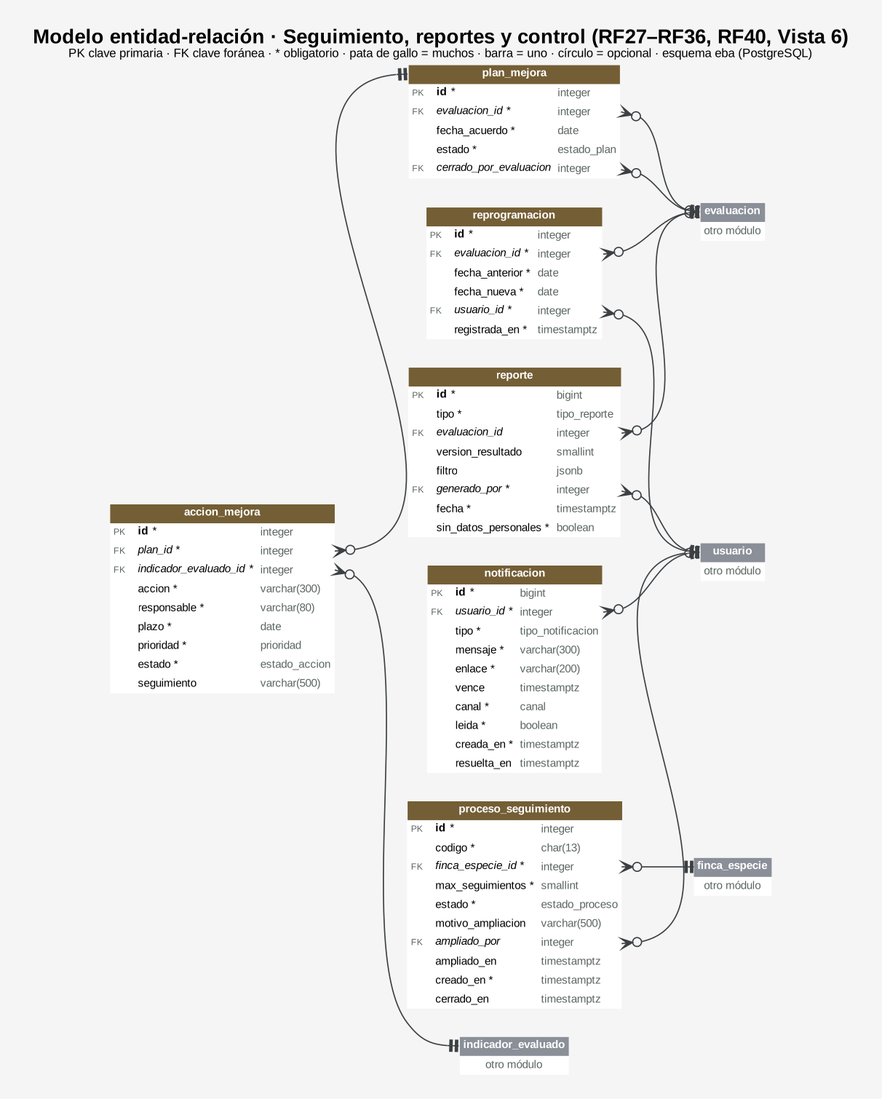
Earlier version of the Graphviz export codigo/base_de_datos/modelo/er_5_seguimiento.png (luisalejandroavilacastillo-stack/EBA_Cuac_Cuac). Its source is kept beside it as codigo/base_de_datos/modelo/er_5_seguimiento.dot.
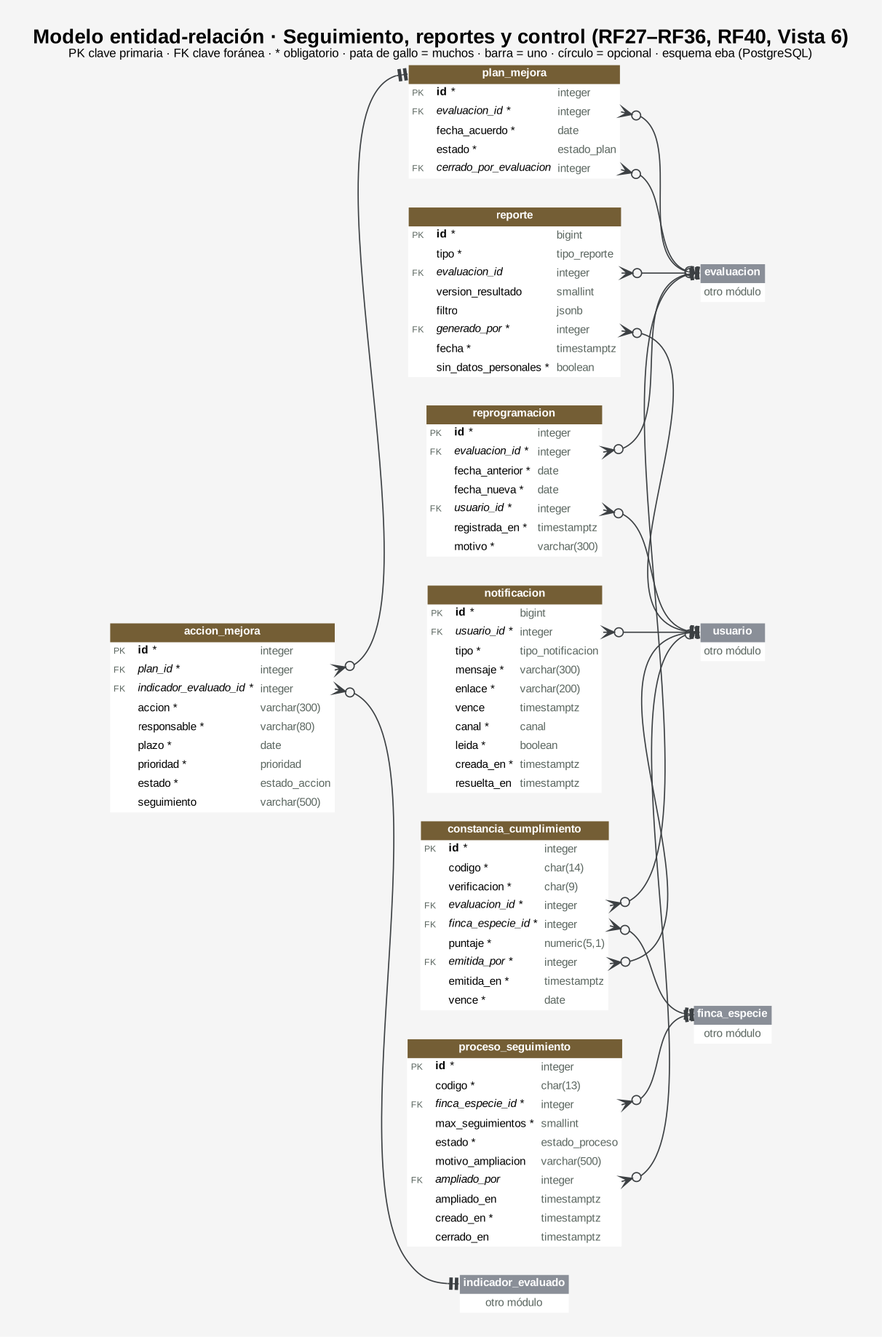
After the change.

The edit, as a diff of the source:
```diff
@@ -6,9 +6,10 @@
 "plan_mejora" [label=<<TABLE BORDER="0" CELLBORDER="0" CELLSPACING="0" CELLPADDING="3" BGCOLOR="white"><TR><TD COLSPAN="3" BGCOLOR="#745E35" PORT="tabla"><FONT COLOR="white"><B>plan_mejora</B></FONT></TD></TR><TR><TD ALIGN="LEFT" WIDTH="22"><FONT POINT-SIZE="8" COLOR="#5B6660">PK</FONT></TD><TD ALIGN="LEFT"><B>id</B> *</TD><TD ALIGN="LEFT" PORT="id"><FONT COLOR="#5B6660">integer</FONT></TD></TR><TR><TD ALIGN="LEFT" WIDTH="22"><FONT POINT-SIZE="8" COLOR="#5B6660">FK</FONT></TD><TD ALIGN="LEFT"><I>evaluacion_id</I> *</TD><TD ALIGN="LEFT" PORT="evaluacion_id"><FONT COLOR="#5B6660">integer</FONT></TD></TR><TR><TD ALIGN="LEFT" WIDTH="22"> </TD><TD ALIGN="LEFT">fecha_acuerdo *</TD><TD ALIGN="LEFT" PORT="fecha_acuerdo"><FONT COLOR="#5B6660">date</FONT></TD></TR><TR><TD ALIGN="LEFT" WIDTH="22"> </TD><TD ALIGN="LEFT">estado *</TD><TD ALIGN="LEFT" PORT="estado"><FONT COLOR="#5B6660">estado_plan</FONT></TD></TR><TR><TD ALIGN="LEFT" WIDTH="22"><FONT POINT-SIZE="8" COLOR="#5B6660">FK</FONT></TD><TD ALIGN="LEFT"><I>cerrado_por_evaluacion</I></TD><TD ALIGN="LEFT" PORT="cerrado_por_evaluacion"><FONT COLOR="#5B6660">integer</FONT></TD></TR></TABLE>>];
 "accion_mejora" [label=<<TABLE BORDER="0" CELLBORDER="0" CELLSPACING="0" CELLPADDING="3" BGCOLOR="white"><TR><TD COLSPAN="3" BGCOLOR="#745E35" PORT="tabla"><FONT COLOR="white"><B>accion_mejora</B></FONT></TD></TR><TR><TD ALIGN="LEFT" WIDTH="22"><FONT POINT-SIZE="8" COLOR="#5B6660">PK</FONT></TD><TD ALIGN="LEFT"><B>id</B> *</TD><TD ALIGN="LEFT" PORT="id"><FONT COLOR="#5B6660">integer</FONT></TD></TR><TR><TD ALIGN="LEFT" WIDTH="22"><FONT POINT-SIZE="8" COLOR="#5B6660">FK</FONT></TD><TD ALIGN="LEFT"><I>plan_id</I> *</TD><TD ALIGN="LEFT" PORT="plan_id"><FONT COLOR="#5B6660">integer</FONT></TD></TR><TR><TD ALIGN="LEFT" WIDTH="22"><FONT POINT-SIZE="8" COLOR="#5B6660">FK</FONT></TD><TD ALIGN="LEFT"><I>indicador_evaluado_id</I> *</TD><TD ALIGN="LEFT" PORT="indicador_evaluado_id"><FONT COLOR="#5B6660">integer</FONT></TD></TR><TR><TD ALIGN="LEFT" WIDTH="22"> </TD><TD ALIGN="LEFT">accion *</TD><TD ALIGN="LEFT" PORT="accion"><FONT COLOR="#5B6660">varchar(300)</FONT></TD></TR><TR><TD ALIGN="LEFT" WIDTH="22"> </TD><TD ALIGN="LEFT">responsable *</TD><TD ALIGN="LEFT" PORT="responsable"><FONT COLOR="#5B6660">varchar(80)</FONT></TD></TR><TR><TD ALIGN="LEFT" WIDTH="22"> </TD><TD ALIGN="LEFT">plazo *</TD><TD ALIGN="LEFT" PORT="plazo"><FONT COLOR="#5B6660">date</FONT></TD></TR><TR><TD ALIGN="LEFT" WIDTH="22"> </TD><TD ALIGN="LEFT">prioridad *</TD><TD ALIGN="LEFT" PORT="prioridad"><FONT COLOR="#5B6660">prioridad</FONT></TD></TR><TR><TD ALIGN="LEFT" WIDTH="22"> </TD><TD ALIGN="LEFT">estado *</TD><TD ALIGN="LEFT" PORT="estado"><FONT COLOR="#5B6660">estado_accion</FONT></TD></TR><TR><TD ALIGN="LEFT" WIDTH="22"> </TD><TD ALIGN="LEFT">seguimiento</TD><TD ALIGN="LEFT" PORT="seguimiento"><FONT COLOR="#5B6660">varchar(500)</FONT></TD></TR></TABLE>>];
 "proceso_seguimiento" [label=<<TABLE BORDER="0" CELLBORDER="0" CELLSPACING="0" CELLPADDING="3" BGCOLOR="white"><TR><TD COLSPAN="3" BGCOLOR="#745E35" PORT="tabla"><FONT COLOR="white"><B>proceso_seguimiento</B></FONT></TD></TR><TR><TD ALIGN="LEFT" WIDTH="22"><FONT POINT-SIZE="8" COLOR="#5B6660">PK</FONT></TD><TD ALIGN="LEFT"><B>id</B> *</TD><TD ALIGN="LEFT" PORT="id"><FONT COLOR="#5B6660">integer</FONT></TD></TR><TR><TD ALIGN="LEFT" WIDTH="22"> </TD><TD ALIGN="LEFT">codigo *</TD><TD ALIGN="LEFT" PORT="codigo"><FONT COLOR="#5B6660">char(13)</FONT></TD></TR><TR><TD ALIGN="LEFT" WIDTH="22"><FONT POINT-SIZE="8" COLOR="#5B6660">FK</FONT></TD><TD ALIGN="LEFT"><I>finca_especie_id</I> *</TD><TD ALIGN="LEFT" PORT="finca_especie_id"><FONT COLOR="#5B6660">integer</FONT></TD></TR><TR><TD ALIGN="LEFT" WIDTH="22"> </TD><TD ALIGN="LEFT">max_seguimientos *</TD><TD ALIGN="LEFT" PORT="max_seguimientos"><FONT COLOR="#5B6660">smallint</FONT></TD></TR><TR><TD ALIGN="LEFT" WIDTH="22"> </TD><TD ALIGN="LEFT">estado *</TD><TD ALIGN="LEFT" PORT="estado"><FONT COLOR="#5B6660">estado_proceso</FONT></TD></TR><TR><TD ALIGN="LEFT" WIDTH="22"> </TD><TD ALIGN="LEFT">motivo_ampliacion</TD><TD ALIGN="LEFT" PORT="motivo_ampliacion"><FONT COLOR="#5B6660">varchar(500)</FONT></TD></TR><TR><TD ALIGN="LEFT" WIDTH="22"><FONT POINT-SIZE="8" COLOR="#5B6660">FK</FONT></TD><TD ALIGN="LEFT"><I>ampliado_por</I></TD><TD ALIGN="LEFT" PORT="ampliado_por"><FONT COLOR="#5B6660">integer</FONT></TD></TR><TR><TD ALIGN="LEFT" WIDTH="22"> </TD><TD ALIGN="LEFT">ampliado_en</TD><TD ALIGN="LEFT" PORT="ampliado_en"><FONT COLOR="#5B6660">timestamptz</FONT></TD></TR><TR><TD ALIGN="LEFT" WIDTH="22"> </TD><TD ALIGN="LEFT">creado_en *</TD><TD ALIGN="LEFT" PORT="creado_en"><FONT COLOR="#5B6660">timestamptz</FONT></TD></TR><TR><TD ALIGN="LEFT" WIDTH="22"> </TD><TD ALIGN="LEFT">cerrado_en</TD><TD ALIGN="LEFT" PORT="cerrado_en"><FONT COLOR="#5B6660">timestamptz</FONT></TD></TR></TABLE>>];
-"reprogramacion" [label=<<TABLE BORDER="0" CELLBORDER="0" CELLSPACING="0" CELLPADDING="3" BGCOLOR="white"><TR><TD COLSPAN="3" BGCOLOR="#745E35" PORT="tabla"><FONT COLOR="white"><B>reprogramacion</B></FONT></TD></TR><TR><TD ALIGN="LEFT" WIDTH="22"><FONT POINT-SIZE="8" COLOR="#5B6660">PK</FONT></TD><TD ALIGN="LEFT"><B>id</B> *</TD><TD ALIGN="LEFT" PORT="id"><FONT COLOR="#5B6660">integer</FONT></TD></TR><TR><TD ALIGN="LEFT" WIDTH="22"><FONT POINT-SIZE="8" COLOR="#5B6660">FK</FONT></TD><TD ALIGN="LEFT"><I>evaluacion_id</I> *</TD><TD ALIGN="LEFT" PORT="evaluacion_id"><FONT COLOR="#5B6660">integer</FONT></TD></TR><TR><TD ALIGN="LEFT" WIDTH="22"> </TD><TD ALIGN="LEFT">fecha_anterior *</TD><TD ALIGN="LEFT" PORT="fecha_anterior"><FONT COLOR="#5B6660">date</FONT></TD></TR><TR><TD ALIGN="LEFT" WIDTH="22"> </TD><TD ALIGN="LEFT">fecha_nueva *</TD><TD ALIGN="LEFT" PORT="fecha_nueva"><FONT COLOR="#5B6660">date</FONT></TD></TR><TR><TD ALIGN="LEFT" WIDTH="22"><FONT POINT-SIZE="8" COLOR="#5B6660">FK</FONT></TD><TD ALIGN="LEFT"><I>usuario_id</I> *</TD><TD ALIGN="LEFT" PORT="usuario_id"><FONT COLOR="#5B6660">integer</FONT></TD></TR><TR><TD ALIGN="LEFT" WIDTH="22"> </TD><TD ALIGN="LEFT">registrada_en *</TD><TD ALIGN="LEFT" PORT="registrada_en"><FONT COLOR="#5B6660">timestamptz</FONT></TD></TR></TABLE>>];
+"reprogramacion" [label=<<TABLE BORDER="0" CELLBORDER="0" CELLSPACING="0" CELLPADDING="3" BGCOLOR="white"><TR><TD COLSPAN="3" BGCOLOR="#745E35" PORT="tabla"><FONT COLOR="white"><B>reprogramacion</B></FONT></TD></TR><TR><TD ALIGN="LEFT" WIDTH="22"><FONT POINT-SIZE="8" COLOR="#5B6660">PK</FONT></TD><TD ALIGN="LEFT"><B>id</B> *</TD><TD ALIGN="LEFT" PORT="id"><FONT COLOR="#5B6660">integer</FONT></TD></TR><TR><TD ALIGN="LEFT" WIDTH="22"><FONT POINT-SIZE="8" COLOR="#5B6660">FK</FONT></TD><TD ALIGN="LEFT"><I>evaluacion_id</I> *</TD><TD ALIGN="LEFT" PORT="evaluacion_id"><FONT COLOR="#5B6660">integer</FONT></TD></TR><TR><TD ALIGN="LEFT" WIDTH="22"> </TD><TD ALIGN="LEFT">fecha_anterior *</TD><TD ALIGN="LEFT" PORT="fecha_anterior"><FONT COLOR="#5B6660">date</FONT></TD></TR><TR><TD ALIGN="LEFT" WIDTH="22"> </TD><TD ALIGN="LEFT">fecha_nueva *</TD><TD ALIGN="LEFT" PORT="fecha_nueva"><FONT COLOR="#5B6660">date</FONT></TD></TR><TR><TD ALIGN="LEFT" WIDTH="22"><FONT POINT-SIZE="8" COLOR="#5B6660">FK</FONT></TD><TD ALIGN="LEFT"><I>usuario_id</I> *</TD><TD ALIGN="LEFT" PORT="usuario_id"><FONT COLOR="#5B6660">integer</FONT></TD></TR><TR><TD ALIGN="LEFT" WIDTH="22"> </TD><TD ALIGN="LEFT">registrada_en *</TD><TD ALIGN="LEFT" PORT="registrada_en"><FONT COLOR="#5B6660">timestamptz</FONT></TD></TR><TR><TD ALIGN="LEFT" WIDTH="22"> </TD><TD ALIGN="LEFT">motivo *</TD><TD ALIGN="LEFT" PORT="motivo"><FONT COLOR="#5B6660">varchar(300)</FONT></TD></TR></TABLE>>];
 "notificacion" [label=<<TABLE BORDER="0" CELLBORDER="0" CELLSPACING="0" CELLPADDING="3" BGCOLOR="white"><TR><TD COLSPAN="3" BGCOLOR="#745E35" PORT="tabla"><FONT COLOR="white"><B>notificacion</B></FONT></TD></TR><TR><TD ALIGN="LEFT" WIDTH="22"><FONT POINT-SIZE="8" COLOR="#5B6660">PK</FONT></TD><TD ALIGN="LEFT"><B>id</B> *</TD><TD ALIGN="LEFT" PORT="id"><FONT COLOR="#5B6660">bigint</FONT></TD></TR><TR><TD ALIGN="LEFT" WIDTH="22"><FONT POINT-SIZE="8" COLOR="#5B6660">FK</FONT></TD><TD ALIGN="LEFT"><I>usuario_id</I> *</TD><TD ALIGN="LEFT" PORT="usuario_id"><FONT COLOR="#5B6660">integer</FONT></TD></TR><TR><TD ALIGN="LEFT" WIDTH="22"> </TD><TD ALIGN="LEFT">tipo *</TD><TD ALIGN="LEFT" PORT="tipo"><FONT COLOR="#5B6660">tipo_notificacion</FONT></TD></TR><TR><TD ALIGN="LEFT" WIDTH="22"> </TD><TD ALIGN="LEFT">mensaje *</TD><TD ALIGN="LEFT" PORT="mensaje"><FONT COLOR="#5B6660">varchar(300)</FONT></TD></TR><TR><TD ALIGN="LEFT" WIDTH="22"> </TD><TD ALIGN="LEFT">enlace *</TD><TD ALIGN="LEFT" PORT="enlace"><FONT COLOR="#5B6660">varchar(200)</FONT></TD></TR><TR><TD ALIGN="LEFT" WIDTH="22"> </TD><TD ALIGN="LEFT">vence</TD><TD ALIGN="LEFT" PORT="vence"><FONT COLOR="#5B6660">timestamptz</FONT></TD></TR><TR><TD ALIGN="LEFT" WIDTH="22"> </TD><TD ALIGN="LEFT">canal *</TD><TD ALIGN="LEFT" PORT="canal"><FONT COLOR="#5B6660">canal</FONT></TD></TR><TR><TD ALIGN="LEFT" WIDTH="22"> </TD><TD ALIGN="LEFT">leida *</TD><TD ALIGN="LEFT" PORT="leida"><FONT COLOR="#5B6660">boolean</FONT></TD></TR><TR><TD ALIGN="LEFT" WIDTH="22"> </TD><TD ALIGN="LEFT">creada_en *</TD><TD ALIGN="LEFT" PORT="creada_en"><FONT COLOR="#5B6660">timestamptz</FONT></TD></TR><TR><TD ALIGN="LEFT" WIDTH="22"> </TD><TD ALIGN="LEFT">resuelta_en</TD><TD ALIGN="LEFT" PORT="resuelta_en"><FONT COLOR="#5B6660">timestamptz</FONT></TD></TR></TABLE>>];
 "reporte" [label=<<TABLE BORDER="0" CELLBORDER="0" CELLSPACING="0" CELLPADDING="3" BGCOLOR="white"><TR><TD COLSPAN="3" BGCOLOR="#745E35" PORT="tabla"><FONT COLOR="white"><B>reporte</B></FONT></TD></TR><TR><TD ALIGN="LEFT" WIDTH="22"><FONT POINT-SIZE="8" COLOR="#5B6660">PK</FONT></TD><TD ALIGN="LEFT"><B>id</B> *</TD><TD ALIGN="LEFT" PORT="id"><FONT COLOR="#5B6660">bigint</FONT></TD></TR><TR><TD ALIGN="LEFT" WIDTH="22"> </TD><TD ALIGN="LEFT">tipo *</TD><TD ALIGN="LEFT" PORT="tipo"><FONT COLOR="#5B6660">tipo_reporte</FONT></TD></TR><TR><TD ALIGN="LEFT" WIDTH="22"><FONT POINT-SIZE="8" COLOR="#5B6660">FK</FONT></TD><TD ALIGN="LEFT"><I>evaluacion_id</I></TD><TD ALIGN="LEFT" PORT="evaluacion_id"><FONT COLOR="#5B6660">integer</FONT></TD></TR><TR><TD ALIGN="LEFT" WIDTH="22"> </TD><TD ALIGN="LEFT">version_resultado</TD><TD ALIGN="LEFT" PORT="version_resultado"><FONT COLOR="#5B6660">smallint</FONT></TD></TR><TR><TD ALIGN="LEFT" WIDTH="22"> </TD><TD ALIGN="LEFT">filtro</TD><TD ALIGN="LEFT" PORT="filtro"><FONT COLOR="#5B6660">jsonb</FONT></TD></TR><TR><TD ALIGN="LEFT" WIDTH="22"><FONT POINT-SIZE="8" COLOR="#5B6660">FK</FONT></TD><TD ALIGN="LEFT"><I>generado_por</I> *</TD><TD ALIGN="LEFT" PORT="generado_por"><FONT COLOR="#5B6660">integer</FONT></TD></TR><TR><TD ALIGN="LEFT" WIDTH="22"> </TD><TD ALIGN="LEFT">fecha *</TD><TD ALIGN="LEFT" PORT="fecha"><FONT COLOR="#5B6660">timestamptz</FONT></TD></TR><TR><TD ALIGN="LEFT" WIDTH="22"> </TD><TD ALIGN="LEFT">sin_datos_personales *</TD><TD ALIGN="LEFT" PORT="sin_datos_personales"><FONT COLOR="#5B6660">boolean</FONT></TD></TR></TABLE>>];
+"constancia_cumplimiento" [label=<<TABLE BORDER="0" CELLBORDER="0" CELLSPACING="0" CELLPADDING="3" BGCOLOR="white"><TR><TD COLSPAN="3" BGCOLOR="#745E35" PORT="tabla"><FONT COLOR="white"><B>constancia_cumplimiento</B></FONT></TD></TR><TR><TD ALIGN="LEFT" WIDTH="22"><FONT POINT-SIZE="8" COLOR="#5B6660">PK</FONT></TD><TD ALIGN="LEFT"><B>id</B> *</TD><TD ALIGN="LEFT" PORT="id"><FONT COLOR="#5B6660">integer</FONT></TD></TR><TR><TD ALIGN="LEFT" WIDTH="22"> </TD><TD ALIGN="LEFT">codigo *</TD><TD ALIGN="LEFT" PORT="codigo"><FONT COLOR="#5B6660">char(14)</FONT></TD></TR><TR><TD ALIGN="LEFT" WIDTH="22"> </TD><TD ALIGN="LEFT">verificacion *</TD><TD ALIGN="LEFT" PORT="verificacion"><FONT COLOR="#5B6660">char(9)</FONT></TD></TR><TR><TD ALIGN="LEFT" WIDTH="22"><FONT POINT-SIZE="8" COLOR="#5B6660">FK</FONT></TD><TD ALIGN="LEFT"><I>evaluacion_id</I> *</TD><TD ALIGN="LEFT" PORT="evaluacion_id"><FONT COLOR="#5B6660">integer</FONT></TD></TR><TR><TD ALIGN="LEFT" WIDTH="22"><FONT POINT-SIZE="8" COLOR="#5B6660">FK</FONT></TD><TD ALIGN="LEFT"><I>finca_especie_id</I> *</TD><TD ALIGN="LEFT" PORT="finca_especie_id"><FONT COLOR="#5B6660">integer</FONT></TD></TR><TR><TD ALIGN="LEFT" WIDTH="22"> </TD><TD ALIGN="LEFT">puntaje *</TD><TD ALIGN="LEFT" PORT="puntaje"><FONT COLOR="#5B6660">numeric(5,1)</FONT></TD></TR><TR><TD ALIGN="LEFT" WIDTH="22"><FONT POINT-SIZE="8" COLOR="#5B6660">FK</FONT></TD><TD ALIGN="LEFT"><I>emitida_por</I> *</TD><TD ALIGN="LEFT" PORT="emitida_por"><FONT COLOR="#5B6660">integer</FONT></TD></TR><TR><TD ALIGN="LEFT" WIDTH="22"> </TD><TD ALIGN="LEFT">emitida_en *</TD><TD ALIGN="LEFT" PORT="emitida_en"><FONT COLOR="#5B6660">timestamptz</FONT></TD></TR><TR><TD ALIGN="LEFT" WIDTH="22"> </TD><TD ALIGN="LEFT">vence *</TD><TD ALIGN="LEFT" PORT="vence"><FONT COLOR="#5B6660">date</FONT></TD></TR></TABLE>>];
 "evaluacion" [label=<<TABLE BORDER="0" CELLBORDER="0" CELLSPACING="0" CELLPADDING="3" BGCOLOR="white"><TR><TD COLSPAN="3" BGCOLOR="#8A8F98" PORT="tabla"><FONT COLOR="white"><B>evaluacion</B></FONT></TD></TR><TR><TD COLSPAN="3"><FONT COLOR="#5B6660">otro módulo</FONT></TD></TR></TABLE>>];
 "finca_especie" [label=<<TABLE BORDER="0" CELLBORDER="0" CELLSPACING="0" CELLPADDING="3" BGCOLOR="white"><TR><TD COLSPAN="3" BGCOLOR="#8A8F98" PORT="tabla"><FONT COLOR="white"><B>finca_especie</B></FONT></TD></TR><TR><TD COLSPAN="3"><FONT COLOR="#5B6660">otro módulo</FONT></TD></TR></TABLE>>];
 "indicador_evaluado" [label=<<TABLE BORDER="0" CELLBORDER="0" CELLSPACING="0" CELLPADDING="3" BGCOLOR="white"><TR><TD COLSPAN="3" BGCOLOR="#8A8F98" PORT="tabla"><FONT COLOR="white"><B>indicador_evaluado</B></FONT></TD></TR><TR><TD COLSPAN="3"><FONT COLOR="#5B6660">otro módulo</FONT></TD></TR></TABLE>>];
@@ -24,4 +25,7 @@
 "notificacion":"usuario_id":e -> "usuario":"tabla":w [arrowhead=teetee, arrowtail=crowodot, dir=both];
 "reporte":"evaluacion_id":e -> "evaluacion":"tabla":w [arrowhead=teeodot, arrowtail=crowodot, dir=both];
 "reporte":"generado_por":e -> "usuario":"tabla":w [arrowhead=teetee, arrowtail=crowodot, dir=both];
+"constancia_cumplimiento":"emitida_por":e -> "usuario":"tabla":w [arrowhead=teetee, arrowtail=crowodot, dir=both];
+"constancia_cumplimiento":"evaluacion_id":e -> "evaluacion":"tabla":w [arrowhead=teetee, arrowtail=crowodot, dir=both];
+"constancia_cumplimiento":"finca_especie_id":e -> "finca_especie":"tabla":w [arrowhead=teetee, arrowtail=crowodot, dir=both];
 }
```
